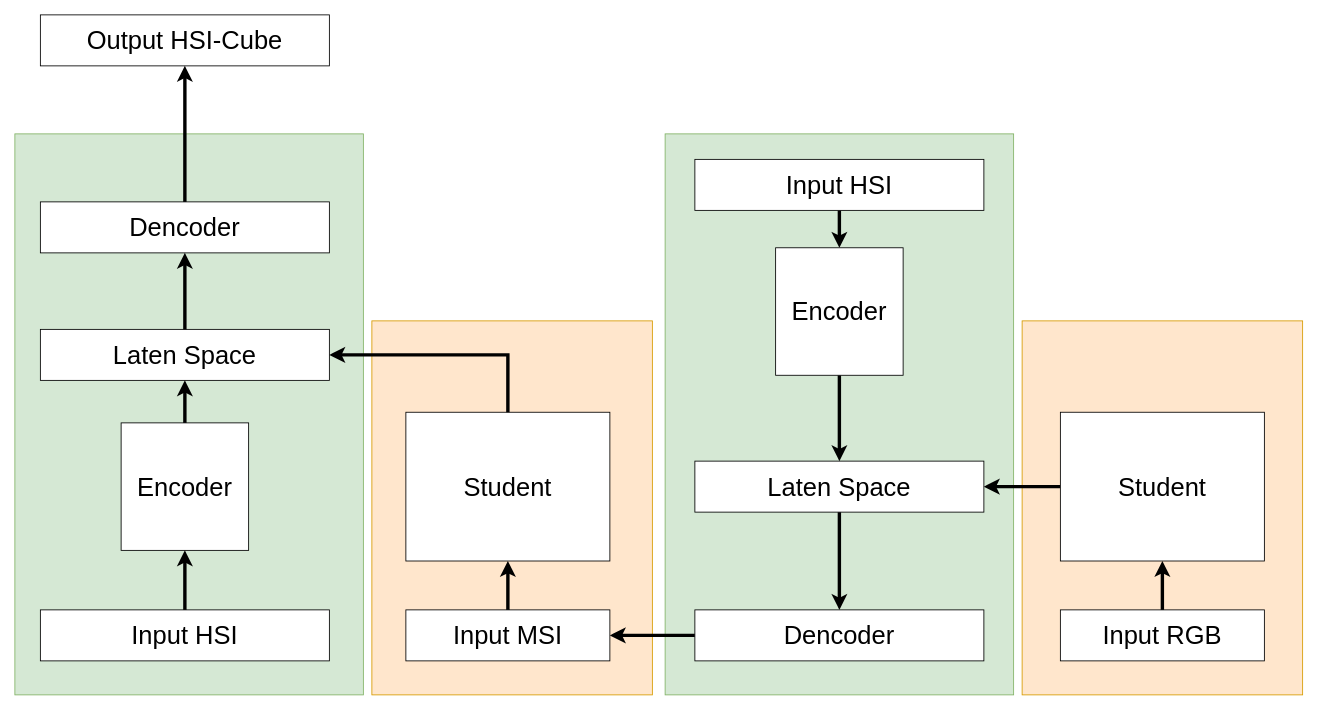
This is LAB_TSM_v5.drawio from Kevb-source/diagramms.net, a draw.io file, before an edit. Source tidied: cells renumbered, new cells numbered last; positions are measured from the earlier drawing's top-left corner, leaving out a move shared by most shapes. Both pictures are drawn from the tidied source at 85%, with x=0, y=0 at pixel (14, 14).
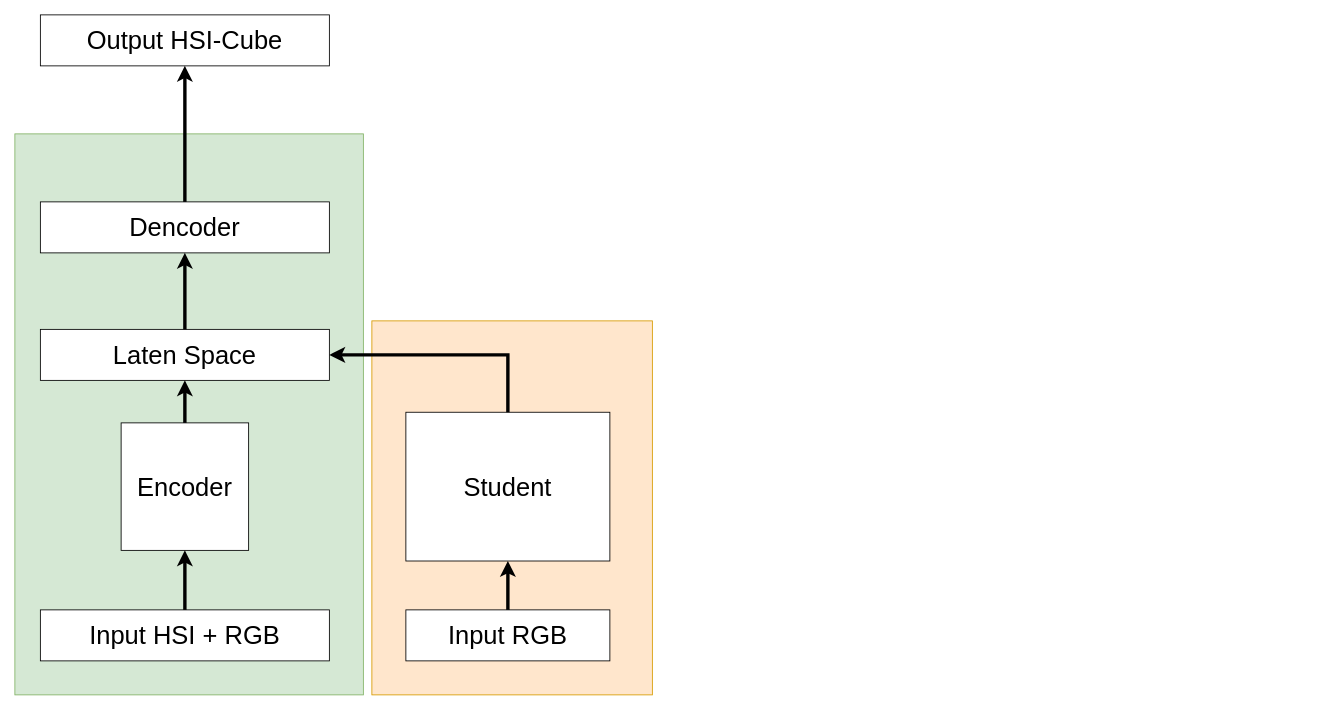
Above is the later version.

The edit, as a diff of the source:
```diff
@@
-    <mxCell id="2" style="rounded=0;whiteSpace=wrap;html=1;fillColor=#ffe6cc;strokeColor=#d79b00;" parent="1" vertex="1">
-      <mxGeometry x="1185" y="360" width="330" height="440" as="geometry" />
-    </mxCell>
@@
-    <mxCell id="4" style="rounded=0;whiteSpace=wrap;html=1;fillColor=#d5e8d4;strokeColor=#82b366;" parent="1" vertex="1">
-      <mxGeometry x="765" y="140" width="410" height="660" as="geometry" />
-    </mxCell>
@@
-    <mxCell id="9" value="&lt;font style=&quot;font-size: 30px;&quot;&gt;Input HSI&lt;/font&gt;" style="rounded=0;whiteSpace=wrap;html=1;" parent="1" vertex="1">
+    <mxCell id="9" value="&lt;font style=&quot;font-size: 30px;&quot;&gt;Input HSI + RGB&lt;/font&gt;" style="rounded=0;whiteSpace=wrap;html=1;" parent="1" vertex="1">
       <mxGeometry x="30" y="700" width="340" height="60" as="geometry" />
     </mxCell>
@@
-    <mxCell id="12" value="&lt;font style=&quot;font-size: 30px;&quot;&gt;Input MSI&lt;/font&gt;" style="rounded=0;whiteSpace=wrap;html=1;" parent="1" vertex="1">
+    <mxCell id="12" value="&lt;font style=&quot;font-size: 30px;&quot;&gt;Input RGB&lt;/font&gt;" style="rounded=0;whiteSpace=wrap;html=1;" parent="1" vertex="1">
       <mxGeometry x="460" y="700" width="240" height="60" as="geometry" />
     </mxCell>
@@
-    <mxCell id="16" style="edgeStyle=orthogonalEdgeStyle;rounded=0;jettySize=auto;html=1;entryX=0.5;entryY=0;entryDx=0;entryDy=0;strokeWidth=4;" parent="1" edge="1" source="17" target="21">
-      <mxGeometry relative="1" as="geometry" />
-    </mxCell>
-    <mxCell id="17" value="&lt;div&gt;&lt;font style=&quot;font-size: 30px;&quot;&gt;Laten Space&lt;/font&gt;&lt;/div&gt;" style="rounded=0;whiteSpace=wrap;html=1;" parent="1" vertex="1">
-      <mxGeometry x="800" y="525" width="340" height="60" as="geometry" />
-    </mxCell>
-    <mxCell id="18" style="edgeStyle=orthogonalEdgeStyle;rounded=0;jettySize=auto;html=1;strokeWidth=4;" parent="1" edge="1" source="19" target="30">
-      <mxGeometry relative="1" as="geometry" />
-    </mxCell>
-    <mxCell id="19" value="&lt;font style=&quot;font-size: 30px;&quot;&gt;Input HSI&lt;/font&gt;" style="rounded=0;whiteSpace=wrap;html=1;" parent="1" vertex="1">
-      <mxGeometry x="800" y="170" width="340" height="60" as="geometry" />
-    </mxCell>
-    <mxCell id="20" style="edgeStyle=orthogonalEdgeStyle;rounded=0;jettySize=auto;html=1;strokeWidth=4;" parent="1" edge="1" source="21" target="12">
-      <mxGeometry relative="1" as="geometry" />
-    </mxCell>
-    <mxCell id="21" value="&lt;font style=&quot;font-size: 30px;&quot;&gt;Dencoder&lt;/font&gt;" style="rounded=0;whiteSpace=wrap;html=1;" parent="1" vertex="1">
-      <mxGeometry x="800" y="700" width="340" height="60" as="geometry" />
-    </mxCell>
-    <mxCell id="22" style="edgeStyle=orthogonalEdgeStyle;rounded=0;jettySize=auto;html=1;strokeWidth=4;" parent="1" edge="1" source="23" target="17">
-      <mxGeometry relative="1" as="geometry" />
-    </mxCell>
-    <mxCell id="23" value="&lt;font style=&quot;font-size: 30px;&quot;&gt;Student&lt;/font&gt;" style="rounded=0;whiteSpace=wrap;html=1;" parent="1" vertex="1">
-      <mxGeometry x="1230" y="467.5" width="240" height="175" as="geometry" />
-    </mxCell>
-    <mxCell id="24" value="&lt;font style=&quot;font-size: 30px;&quot;&gt;Input RGB&lt;/font&gt;" style="rounded=0;whiteSpace=wrap;html=1;" parent="1" vertex="1">
-      <mxGeometry x="1230" y="700" width="240" height="60" as="geometry" />
-    </mxCell>
-    <mxCell id="25" style="endArrow=classic;html=1;rounded=0;strokeWidth=4;exitX=0.5;exitY=0;exitDx=0;exitDy=0;entryX=0.5;entryY=1;entryDx=0;entryDy=0;" parent="1" edge="1" source="24" target="23">
-      <mxGeometry relative="1" as="geometry" />
-    </mxCell>
@@
-    <mxCell id="29" style="edgeStyle=orthogonalEdgeStyle;rounded=0;jettySize=auto;html=1;strokeWidth=4;" parent="1" edge="1" source="30" target="17">
-      <mxGeometry relative="1" as="geometry" />
-    </mxCell>
-    <mxCell id="30" value="&lt;font style=&quot;font-size: 30px;&quot;&gt;Encoder&lt;/font&gt;" style="whiteSpace=wrap;html=1;" parent="1" vertex="1">
-      <mxGeometry x="895" y="274" width="150" height="150" as="geometry" />
-    </mxCell>
```
